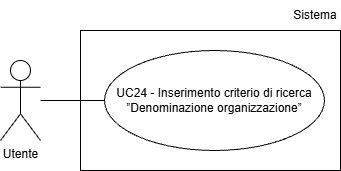
The draw.io diagram assets/Use_Case_Diagrams/UC24.png in Team-Three-Technologies/Documenti, before a commit. Source tidied: cells renumbered, new cells last; positions are measured from the earlier drawing's top-left corner, leaving out a move shared by most shapes.
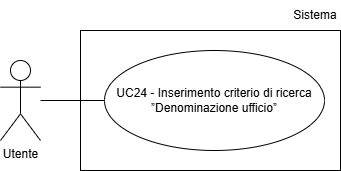
Above is the later version.

What changed in the source:
```diff
@@ -5,14 +5,14 @@
     <mxCell id="2" value="Utente" style="shape=umlActor;verticalLabelPosition=bottom;verticalAlign=top;html=1;" parent="1" vertex="1">
       <mxGeometry y="60" width="40" height="80" as="geometry" />
     </mxCell>
-    <mxCell id="3" value="UC24 - Inserimento criterio di ricerca ”Denominazione organizzazione”" style="ellipse;whiteSpace=wrap;html=1;align=center;" parent="1" vertex="1">
-      <mxGeometry x="104" y="50" width="220" height="100" as="geometry" />
-    </mxCell>
-    <mxCell id="4" style="endArrow=none;html=1;rounded=0;entryX=0;entryY=0.5;entryDx=0;entryDy=0;" parent="1" edge="1" target="3">
-      <mxGeometry relative="1" as="geometry">
-        <mxPoint x="40" y="100" as="sourcePoint" />
-      </mxGeometry>
-    </mxCell>
+    <mxCell id="7" value="UC24 - Inserimento criterio di ricerca ”Denominazione ufficio”" style="ellipse;whiteSpace=wrap;html=1;align=center;" parent="1" vertex="1">
+      <mxGeometry x="104" y="50" width="220" height="100" as="geometry" />
+    </mxCell>
+    <mxCell id="8" style="endArrow=none;html=1;rounded=0;entryX=0;entryY=0.5;entryDx=0;entryDy=0;" parent="1" edge="1" target="7">
+      <mxGeometry relative="1" as="geometry">
+        <mxPoint x="40" y="100" as="sourcePoint" />
+      </mxGeometry>
+    </mxCell>
     <mxCell id="5" style="rounded=0;whiteSpace=wrap;html=1;fillColor=none;" parent="1" vertex="1">
       <mxGeometry x="80" y="30" width="260" height="140" as="geometry" />
     </mxCell>
```
